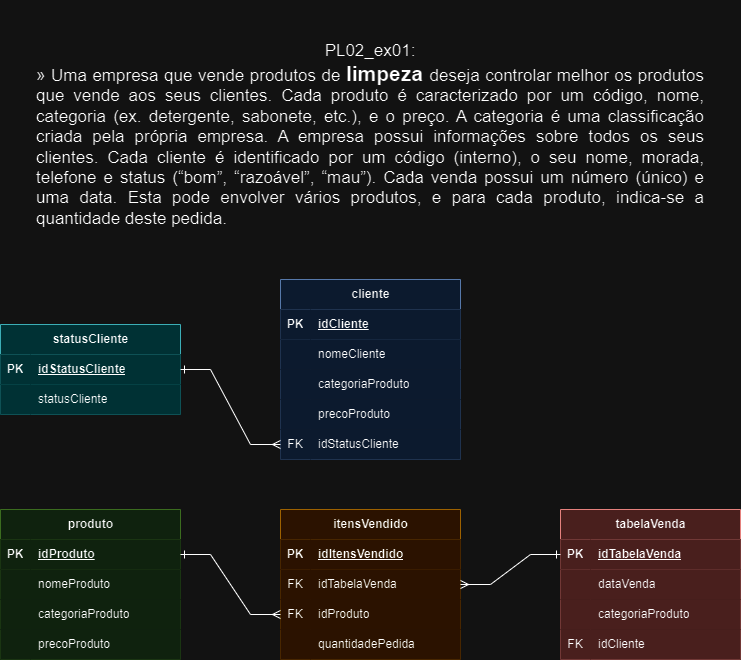
Before: pl02_ex01.drawio.png, a diagram exported from draw.io (NeanderFontes/ItCenter-DB). Source tidied: cells renumbered, new cells last; positions are measured from the earlier drawing's top-left corner, leaving out a move shared by most shapes.
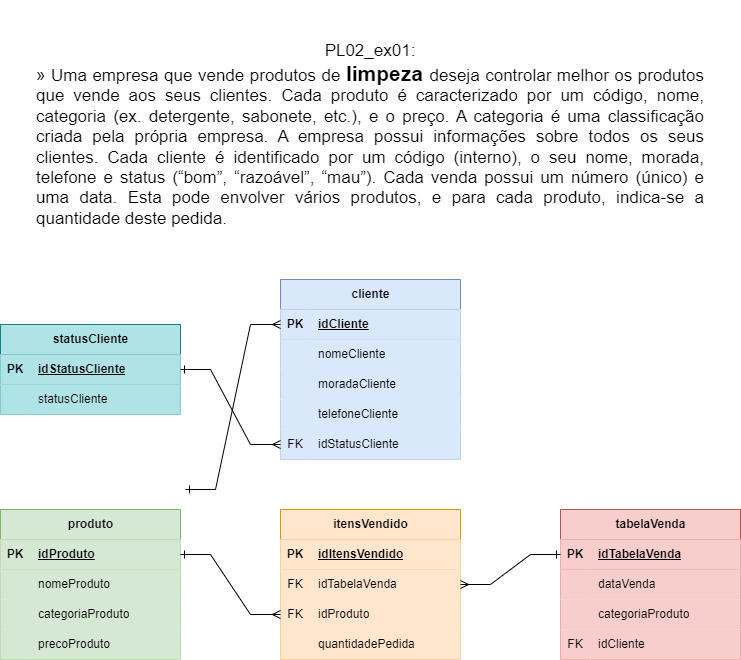
The same diagram one commit later.

What changed in the source:
```diff
@@ -71,7 +71,7 @@
     <mxCell id="24" style="shape=partialRectangle;fillColor=#dae8fc;top=0;left=0;bottom=0;right=0;overflow=hidden;whiteSpace=wrap;html=1;strokeColor=#6c8ebf;" parent="23" vertex="1">
       <mxGeometry width="30" height="30" as="geometry" />
     </mxCell>
-    <mxCell id="25" value="categoriaProduto" style="shape=partialRectangle;fillColor=#dae8fc;top=0;left=0;bottom=0;right=0;align=left;spacingLeft=6;overflow=hidden;whiteSpace=wrap;html=1;strokeColor=#6c8ebf;" parent="23" vertex="1">
+    <mxCell id="25" value="moradaCliente" style="shape=partialRectangle;fillColor=#dae8fc;top=0;left=0;bottom=0;right=0;align=left;spacingLeft=6;overflow=hidden;whiteSpace=wrap;html=1;strokeColor=#6c8ebf;" parent="23" vertex="1">
       <mxGeometry x="30" width="150" height="30" as="geometry" />
     </mxCell>
     <mxCell id="26" style="shape=tableRow;horizontal=0;startSize=0;swimlaneHead=0;swimlaneBody=0;fillColor=#dae8fc;top=0;left=0;right=0;bottom=0;strokeColor=#6c8ebf;" parent="16" vertex="1">
@@ -80,7 +80,7 @@
     <mxCell id="27" style="shape=partialRectangle;fillColor=#dae8fc;top=0;left=0;bottom=0;right=0;overflow=hidden;whiteSpace=wrap;html=1;strokeColor=#6c8ebf;" parent="26" vertex="1">
       <mxGeometry width="30" height="30" as="geometry" />
     </mxCell>
-    <mxCell id="28" value="precoProduto" style="shape=partialRectangle;fillColor=#dae8fc;top=0;left=0;bottom=0;right=0;align=left;spacingLeft=6;overflow=hidden;whiteSpace=wrap;html=1;strokeColor=#6c8ebf;" parent="26" vertex="1">
+    <mxCell id="28" value="telefoneCliente" style="shape=partialRectangle;fillColor=#dae8fc;top=0;left=0;bottom=0;right=0;align=left;spacingLeft=6;overflow=hidden;whiteSpace=wrap;html=1;strokeColor=#6c8ebf;" parent="26" vertex="1">
       <mxGeometry x="30" width="150" height="30" as="geometry" />
     </mxCell>
     <mxCell id="29" style="shape=tableRow;horizontal=0;startSize=0;swimlaneHead=0;swimlaneBody=0;fillColor=#dae8fc;points=[[0,0.5],[1,0.5]];portConstraint=eastwest;top=0;left=0;right=0;bottom=0;strokeColor=#6c8ebf;" parent="16" vertex="1">
@@ -205,8 +205,9 @@
     <mxCell id="66" value="statusCliente" style="shape=partialRectangle;fillColor=#b0e3e6;top=0;left=0;bottom=0;right=0;align=left;spacingLeft=6;overflow=hidden;whiteSpace=wrap;html=1;strokeColor=#0e8088;" parent="64" vertex="1">
       <mxGeometry x="30" width="150" height="30" as="geometry" />
     </mxCell>
-    <mxCell id="67" style="edgeStyle=entityRelationEdgeStyle;fontSize=12;html=1;endArrow=ERmany;rounded=0;entryX=0;entryY=0.5;entryDx=0;entryDy=0;exitX=1;exitY=0.5;exitDx=0;exitDy=0;startArrow=ERone;startFill=0;" parent="1" edge="1" source="x" target="17">
+    <mxCell id="67" style="edgeStyle=entityRelationEdgeStyle;fontSize=12;html=1;endArrow=ERmany;rounded=0;entryX=0;entryY=0.5;entryDx=0;entryDy=0;exitX=1;exitY=0.5;exitDx=0;exitDy=0;startArrow=ERone;startFill=0;" parent="1" edge="1" target="17">
       <mxGeometry relative="1" as="geometry">
+        <mxPoint x="185" y="450" as="sourcePoint" />
         <Array as="points">
           <mxPoint x="155" y="455" />
         </Array>
```
